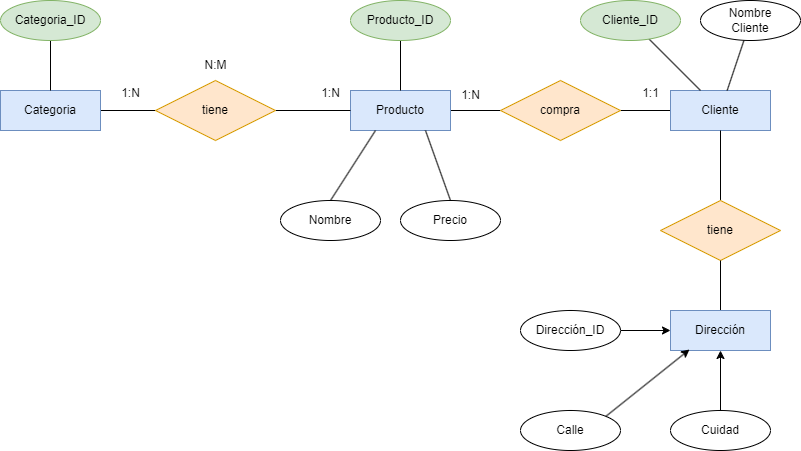
This is Ejercicio7/images/ejercicio1.drawio.png from SaulHdez93/BAE, a draw.io export, as it was before one commit. Source tidied: cells renumbered, new cells last; positions are measured from the earlier drawing's top-left corner, leaving out a move shared by most shapes. Its diagram source:
```xml
<mxGraphModel>
  <root>
    <mxCell id="0" />
    <mxCell id="1" parent="0" />
    <mxCell id="2" style="edgeStyle=none;html=1;fontColor=#000000;endArrow=none;endFill=0;" parent="1" edge="1" source="4" target="8">
      <mxGeometry relative="1" as="geometry" />
    </mxCell>
    <mxCell id="3" value="1:N" style="edgeLabel;html=1;align=center;verticalAlign=middle;fontColor=#FFFFFF;" parent="2" vertex="1">
      <mxGeometry x="0.31" y="2" relative="1" as="geometry">
        <mxPoint x="-26" y="-8" as="offset" />
      </mxGeometry>
    </mxCell>
    <mxCell id="4" value="Categoria" style="whiteSpace=wrap;html=1;align=center;fillColor=#dae8fc;strokeColor=#6c8ebf;fontColor=#000000;" parent="1" vertex="1">
      <mxGeometry y="90" width="100" height="40" as="geometry" />
    </mxCell>
    <mxCell id="5" style="edgeStyle=none;html=1;fontColor=#000000;endArrow=none;endFill=0;entryX=0;entryY=0.5;entryDx=0;entryDy=0;" parent="1" edge="1" source="6" target="20">
      <mxGeometry relative="1" as="geometry" />
    </mxCell>
    <mxCell id="6" value="Producto" style="whiteSpace=wrap;html=1;align=center;fillColor=#dae8fc;strokeColor=#6c8ebf;fontColor=#000000;" parent="1" vertex="1">
      <mxGeometry x="350" y="90" width="100" height="40" as="geometry" />
    </mxCell>
    <mxCell id="7" style="edgeStyle=none;html=1;fontColor=#FFFFFF;endArrow=none;endFill=0;" parent="1" edge="1" source="8" target="6">
      <mxGeometry relative="1" as="geometry" />
    </mxCell>
    <mxCell id="8" value="tiene" style="shape=rhombus;perimeter=rhombusPerimeter;whiteSpace=wrap;html=1;align=center;fillColor=#ffe6cc;strokeColor=#d79b00;fontColor=#000000;" parent="1" vertex="1">
      <mxGeometry x="155" y="80" width="120" height="60" as="geometry" />
    </mxCell>
    <mxCell id="9" value="1:N" style="edgeLabel;html=1;align=center;verticalAlign=middle;fontColor=#FFFFFF;" parent="1" vertex="1">
      <mxGeometry x="300" y="100" as="geometry">
        <mxPoint x="35" y="-1" as="offset" />
      </mxGeometry>
    </mxCell>
    <mxCell id="10" value="N:M" style="edgeLabel;html=1;align=center;verticalAlign=middle;fontColor=#FFFFFF;" parent="1" vertex="1">
      <mxGeometry x="290" y="50" as="geometry">
        <mxPoint x="-12" y="6" as="offset" />
      </mxGeometry>
    </mxCell>
    <mxCell id="11" style="edgeStyle=none;html=1;fontColor=#FFFFFF;endArrow=none;endFill=0;exitX=0.5;exitY=1;exitDx=0;exitDy=0;" parent="1" edge="1" source="16" target="4">
      <mxGeometry relative="1" as="geometry" />
    </mxCell>
    <mxCell id="12" style="edgeStyle=none;html=1;fontColor=#FFFFFF;endArrow=none;endFill=0;" parent="1" edge="1" source="13" target="6">
      <mxGeometry relative="1" as="geometry" />
    </mxCell>
    <mxCell id="13" value="Producto_ID" style="ellipse;whiteSpace=wrap;html=1;align=center;fillColor=#d5e8d4;strokeColor=#82b366;fontColor=#000000;" parent="1" vertex="1">
      <mxGeometry x="350" width="100" height="40" as="geometry" />
    </mxCell>
    <mxCell id="14" style="edgeStyle=none;html=1;exitX=0.5;exitY=0;exitDx=0;exitDy=0;entryX=0.25;entryY=1;entryDx=0;entryDy=0;endArrow=none;endFill=0;" parent="1" edge="1" source="15" target="6">
      <mxGeometry relative="1" as="geometry" />
    </mxCell>
    <mxCell id="15" value="Nombre" style="ellipse;whiteSpace=wrap;html=1;align=center;fontColor=#000000;fillColor=#FFFFFF;" parent="1" vertex="1">
      <mxGeometry x="280" y="200" width="100" height="40" as="geometry" />
    </mxCell>
    <mxCell id="16" value="Categoria_ID" style="ellipse;whiteSpace=wrap;html=1;align=center;fillColor=#d5e8d4;strokeColor=#82b366;fontColor=#000000;" parent="1" vertex="1">
      <mxGeometry width="100" height="40" as="geometry" />
    </mxCell>
    <mxCell id="17" style="edgeStyle=none;html=1;exitX=0.5;exitY=0;exitDx=0;exitDy=0;entryX=0.75;entryY=1;entryDx=0;entryDy=0;fontColor=#000000;endArrow=none;endFill=0;" parent="1" edge="1" source="18" target="6">
      <mxGeometry relative="1" as="geometry" />
    </mxCell>
    <mxCell id="18" value="Precio" style="ellipse;whiteSpace=wrap;html=1;align=center;fontColor=#000000;fillColor=#FFFFFF;" parent="1" vertex="1">
      <mxGeometry x="400" y="200" width="100" height="40" as="geometry" />
    </mxCell>
    <mxCell id="19" style="edgeStyle=none;html=1;fontColor=#000000;endArrow=none;endFill=0;exitX=1;exitY=0.5;exitDx=0;exitDy=0;" parent="1" edge="1" source="20" target="21">
      <mxGeometry relative="1" as="geometry" />
    </mxCell>
    <mxCell id="20" value="compra" style="shape=rhombus;perimeter=rhombusPerimeter;whiteSpace=wrap;html=1;align=center;fillColor=#ffe6cc;strokeColor=#d79b00;fontColor=#000000;" parent="1" vertex="1">
      <mxGeometry x="500" y="80" width="120" height="60" as="geometry" />
    </mxCell>
    <mxCell id="21" value="Cliente" style="whiteSpace=wrap;html=1;align=center;fillColor=#dae8fc;strokeColor=#6c8ebf;" parent="1" vertex="1">
      <mxGeometry x="670" y="90" width="100" height="40" as="geometry" />
    </mxCell>
    <mxCell id="22" style="edgeStyle=none;html=1;fontColor=#000000;endArrow=none;endFill=0;" parent="1" edge="1" source="23" target="21">
      <mxGeometry relative="1" as="geometry" />
    </mxCell>
    <mxCell id="23" value="Nombre&lt;div&gt;Cliente&lt;/div&gt;" style="ellipse;whiteSpace=wrap;html=1;align=center;fontColor=#000000;fillColor=#FFFFFF;" parent="1" vertex="1">
      <mxGeometry x="700" width="100" height="40" as="geometry" />
    </mxCell>
    <mxCell id="24" style="edgeStyle=none;html=1;fontColor=#000000;endArrow=none;endFill=0;" parent="1" edge="1" source="25" target="21">
      <mxGeometry relative="1" as="geometry" />
    </mxCell>
    <mxCell id="25" value="Cliente_ID" style="ellipse;whiteSpace=wrap;html=1;align=center;fillColor=#d5e8d4;strokeColor=#82b366;fontColor=#000000;" parent="1" vertex="1">
      <mxGeometry x="580" width="100" height="40" as="geometry" />
    </mxCell>
    <mxCell id="26" value="1:N" style="text;html=1;align=center;verticalAlign=middle;strokeColor=none;fillColor=none;" parent="1" vertex="1">
      <mxGeometry x="110" y="78" width="40" height="30" as="geometry" />
    </mxCell>
    <mxCell id="27" value="1:N" style="text;html=1;align=center;verticalAlign=middle;strokeColor=none;fillColor=none;" parent="1" vertex="1">
      <mxGeometry x="310" y="78" width="40" height="30" as="geometry" />
    </mxCell>
    <mxCell id="28" value="N:M" style="text;html=1;align=center;verticalAlign=middle;strokeColor=none;fillColor=none;" parent="1" vertex="1">
      <mxGeometry x="190" y="50" width="50" height="30" as="geometry" />
    </mxCell>
    <mxCell id="29" style="edgeStyle=none;html=1;exitX=0.5;exitY=0;exitDx=0;exitDy=0;entryX=0.5;entryY=1;entryDx=0;entryDy=0;endArrow=none;endFill=0;" parent="1" edge="1" source="30" target="21">
      <mxGeometry relative="1" as="geometry" />
    </mxCell>
    <mxCell id="30" value="tiene" style="shape=rhombus;perimeter=rhombusPerimeter;whiteSpace=wrap;html=1;align=center;fillColor=#ffe6cc;strokeColor=#d79b00;fontColor=#000000;" parent="1" vertex="1">
      <mxGeometry x="660" y="200" width="120" height="60" as="geometry" />
    </mxCell>
    <mxCell id="31" value="1:N" style="text;html=1;align=center;verticalAlign=middle;strokeColor=none;fillColor=none;" parent="1" vertex="1">
      <mxGeometry x="450" y="80" width="40" height="30" as="geometry" />
    </mxCell>
    <mxCell id="32" value="1:1" style="text;html=1;align=center;verticalAlign=middle;strokeColor=none;fillColor=none;" parent="1" vertex="1">
      <mxGeometry x="630" y="78" width="40" height="30" as="geometry" />
    </mxCell>
    <mxCell id="33" style="edgeStyle=none;html=1;exitX=0.5;exitY=0;exitDx=0;exitDy=0;entryX=0.5;entryY=1;entryDx=0;entryDy=0;endArrow=none;endFill=0;" parent="1" edge="1" source="34" target="30">
      <mxGeometry relative="1" as="geometry" />
    </mxCell>
    <mxCell id="34" value="Dirección" style="whiteSpace=wrap;html=1;align=center;fillColor=#dae8fc;strokeColor=#6c8ebf;" parent="1" vertex="1">
      <mxGeometry x="670" y="310" width="100" height="40" as="geometry" />
    </mxCell>
    <mxCell id="35" style="edgeStyle=none;html=1;exitX=1;exitY=0.5;exitDx=0;exitDy=0;entryX=0;entryY=0.5;entryDx=0;entryDy=0;" parent="1" edge="1" source="36" target="34">
      <mxGeometry relative="1" as="geometry" />
    </mxCell>
    <mxCell id="36" value="Dirección_ID" style="ellipse;whiteSpace=wrap;html=1;align=center;fontColor=#000000;fillColor=#FFFFFF;" parent="1" vertex="1">
      <mxGeometry x="520" y="310" width="100" height="40" as="geometry" />
    </mxCell>
    <mxCell id="37" style="edgeStyle=none;html=1;exitX=0.5;exitY=0;exitDx=0;exitDy=0;entryX=0.5;entryY=1;entryDx=0;entryDy=0;" parent="1" edge="1" source="38" target="34">
      <mxGeometry relative="1" as="geometry" />
    </mxCell>
    <mxCell id="38" value="Cuidad" style="ellipse;whiteSpace=wrap;html=1;align=center;fontColor=#000000;fillColor=#FFFFFF;" parent="1" vertex="1">
      <mxGeometry x="670" y="410" width="100" height="40" as="geometry" />
    </mxCell>
    <mxCell id="39" value="Calle" style="ellipse;whiteSpace=wrap;html=1;align=center;fontColor=#000000;fillColor=#FFFFFF;" parent="1" vertex="1">
      <mxGeometry x="520" y="410" width="100" height="40" as="geometry" />
    </mxCell>
    <mxCell id="40" style="edgeStyle=none;html=1;exitX=1;exitY=0;exitDx=0;exitDy=0;entryX=0.19;entryY=0.975;entryDx=0;entryDy=0;entryPerimeter=0;" parent="1" edge="1" source="39" target="34">
      <mxGeometry relative="1" as="geometry" />
    </mxCell>
  </root>
</mxGraphModel>
```
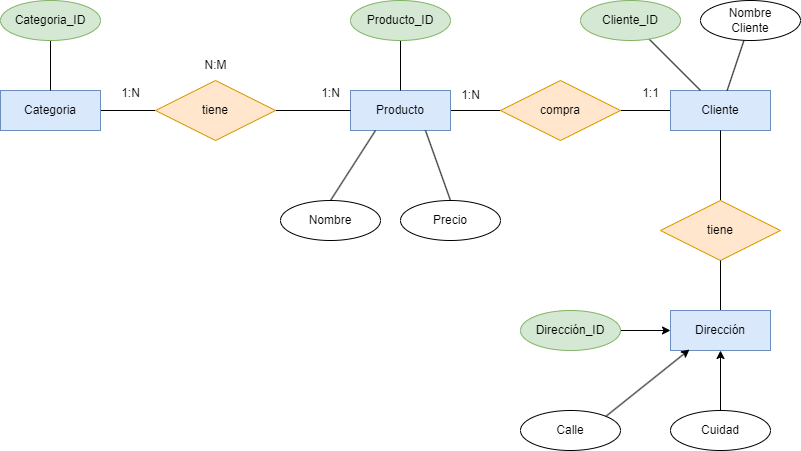
Later version of the same file.

The edit, as a diff of the source:
```diff
@@ -110,7 +110,7 @@
     <mxCell id="35" style="edgeStyle=none;html=1;exitX=1;exitY=0.5;exitDx=0;exitDy=0;entryX=0;entryY=0.5;entryDx=0;entryDy=0;" parent="1" edge="1" source="36" target="34">
       <mxGeometry relative="1" as="geometry" />
     </mxCell>
-    <mxCell id="36" value="Dirección_ID" style="ellipse;whiteSpace=wrap;html=1;align=center;fontColor=#000000;fillColor=#FFFFFF;" parent="1" vertex="1">
+    <mxCell id="36" value="Dirección_ID" style="ellipse;whiteSpace=wrap;html=1;align=center;fillColor=#d5e8d4;gradientColor=none;strokeColor=#82b366;" parent="1" vertex="1">
       <mxGeometry x="520" y="310" width="100" height="40" as="geometry" />
     </mxCell>
     <mxCell id="37" style="edgeStyle=none;html=1;exitX=0.5;exitY=0;exitDx=0;exitDy=0;entryX=0.5;entryY=1;entryDx=0;entryDy=0;" parent="1" edge="1" source="38" target="34">
```
